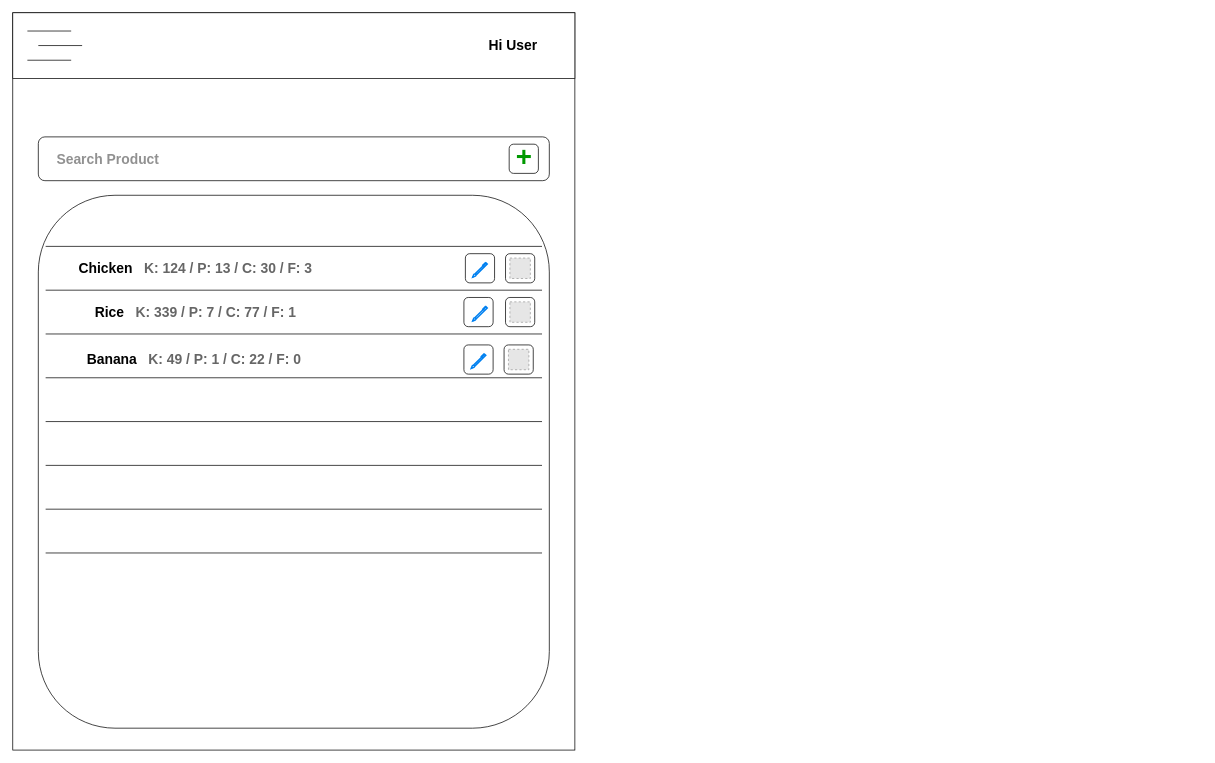
This is page "Products Page" (3 of 4) of CaloriesDb.drawio from pieczarkaniesmacznosci/calories-tracker, a draw.io file, before an edit. Source tidied: cells renumbered, new cells numbered last; positions are measured from the earlier drawing's top-left corner, leaving out a move shared by most shapes. Both pictures are drawn from the tidied source at 73%, with x=0, y=0 at pixel (12, 12). Pictures stored in the file or linked from it are replaced by grey dashed boxes.
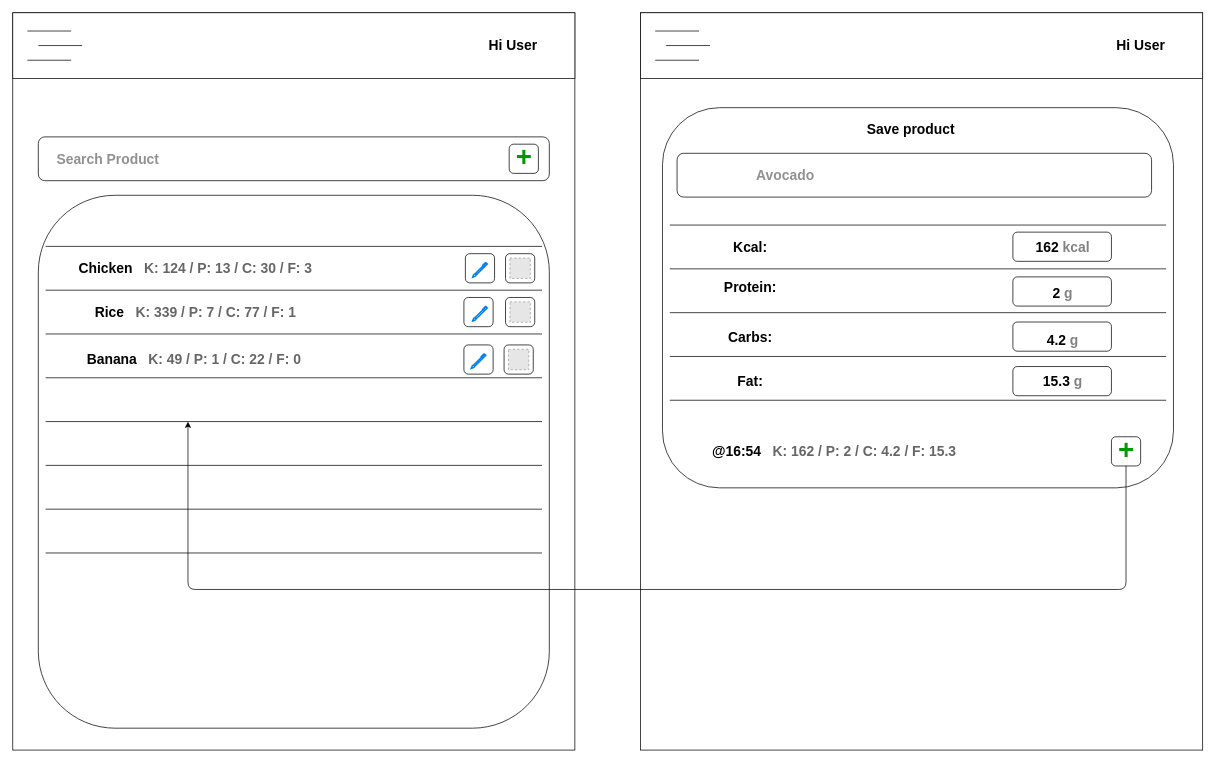
After the change.

Commit message:
Products view update

Diff of the diagram source:
```diff
@@
+    <mxCell id="36" style="rounded=0;whiteSpace=wrap;html=1;" parent="1" vertex="1">
+      <mxGeometry x="860" width="770" height="1010" as="geometry" />
+    </mxCell>
+    <mxCell id="37" style="rounded=1;whiteSpace=wrap;html=1;fillColor=none;" parent="1" vertex="1">
+      <mxGeometry x="890" y="130" width="700" height="520.8" as="geometry" />
+    </mxCell>
+    <mxCell id="38" style="rounded=0;whiteSpace=wrap;html=1;" parent="1" vertex="1">
+      <mxGeometry x="860" width="770" height="90" as="geometry" />
+    </mxCell>
+    <mxCell id="39" style="endArrow=none;html=1;" parent="1" edge="1">
+      <mxGeometry relative="1" as="geometry">
+        <mxPoint x="940" y="25" as="sourcePoint" />
+        <mxPoint x="880" y="25" as="targetPoint" />
+      </mxGeometry>
+    </mxCell>
+    <mxCell id="40" style="endArrow=none;html=1;" parent="1" edge="1">
+      <mxGeometry relative="1" as="geometry">
+        <mxPoint x="955" y="44.9" as="sourcePoint" />
+        <mxPoint x="895" y="44.9" as="targetPoint" />
+      </mxGeometry>
+    </mxCell>
+    <mxCell id="41" style="endArrow=none;html=1;" parent="1" edge="1">
+      <mxGeometry relative="1" as="geometry">
+        <mxPoint x="940" y="65" as="sourcePoint" />
+        <mxPoint x="880" y="65" as="targetPoint" />
+      </mxGeometry>
+    </mxCell>
+    <mxCell id="42" value="&lt;p style=&quot;line-height: 70% ; font-size: 19px&quot;&gt;Hi User&lt;/p&gt;" style="text;strokeColor=none;fillColor=none;html=1;fontSize=24;fontStyle=1;verticalAlign=middle;align=center;" parent="1" vertex="1">
+      <mxGeometry x="1495" y="25" width="100" height="40" as="geometry" />
+    </mxCell>
+    <mxCell id="43" value="&lt;p style=&quot;line-height: 70% ; font-size: 19px&quot;&gt;Kcal:&lt;/p&gt;" style="text;strokeColor=none;fillColor=none;html=1;fontSize=24;fontStyle=1;verticalAlign=middle;align=center;" parent="1" vertex="1">
+      <mxGeometry x="915" y="300.8" width="190" height="40" as="geometry" />
+    </mxCell>
+    <mxCell id="44" style="endArrow=none;html=1;" parent="1" edge="1">
+      <mxGeometry relative="1" as="geometry">
+        <mxPoint x="1580" y="290.8" as="sourcePoint" />
+        <mxPoint x="900" y="290.8" as="targetPoint" />
+      </mxGeometry>
+    </mxCell>
+    <mxCell id="45" style="endArrow=none;html=1;" parent="1" edge="1">
+      <mxGeometry relative="1" as="geometry">
+        <mxPoint x="1580" y="350.8" as="sourcePoint" />
+        <mxPoint x="900" y="350.8" as="targetPoint" />
+      </mxGeometry>
+    </mxCell>
+    <mxCell id="46" style="endArrow=none;html=1;" parent="1" edge="1">
+      <mxGeometry relative="1" as="geometry">
+        <mxPoint x="1580" y="410.8" as="sourcePoint" />
+        <mxPoint x="900" y="410.8" as="targetPoint" />
+      </mxGeometry>
+    </mxCell>
+    <mxCell id="47" style="endArrow=none;html=1;" parent="1" edge="1">
+      <mxGeometry relative="1" as="geometry">
+        <mxPoint x="1580" y="470.8" as="sourcePoint" />
+        <mxPoint x="900" y="470.8" as="targetPoint" />
+      </mxGeometry>
+    </mxCell>
+    <mxCell id="48" style="endArrow=none;html=1;" parent="1" edge="1">
+      <mxGeometry relative="1" as="geometry">
+        <mxPoint x="1580" y="530.8" as="sourcePoint" />
+        <mxPoint x="900" y="530.8" as="targetPoint" />
+      </mxGeometry>
+    </mxCell>
+    <mxCell id="49" style="edgeStyle=orthogonalEdgeStyle;rounded=0;orthogonalLoop=1;jettySize=auto;html=1;exitX=0.5;exitY=1;exitDx=0;exitDy=0;" parent="1" edge="1" source="37" target="37">
+      <mxGeometry relative="1" as="geometry" />
+    </mxCell>
+    <mxCell id="50" style="edgeStyle=orthogonalEdgeStyle;rounded=0;orthogonalLoop=1;jettySize=auto;html=1;exitX=0.5;exitY=1;exitDx=0;exitDy=0;" parent="1" edge="1" source="37" target="37">
+      <mxGeometry relative="1" as="geometry" />
+    </mxCell>
+    <mxCell id="51" value="&lt;p style=&quot;line-height: 70% ; font-size: 19px&quot;&gt;@16:54&lt;font color=&quot;#666666&quot;&gt;&amp;nbsp; &amp;nbsp;K: 162 / P: 2 / C: 4.2 / F: 15.3&lt;/font&gt;&lt;/p&gt;" style="text;strokeColor=none;fillColor=none;html=1;fontSize=24;fontStyle=1;verticalAlign=middle;align=center;" parent="1" vertex="1">
+      <mxGeometry x="915" y="580.8" width="420" height="40" as="geometry" />
+    </mxCell>
+    <mxCell id="52" style="rounded=1;whiteSpace=wrap;html=1;fillColor=none;" parent="1" vertex="1">
+      <mxGeometry x="1505" y="580.8" width="40" height="40" as="geometry" />
+    </mxCell>
+    <mxCell id="53" value="&lt;p style=&quot;line-height: 70%&quot;&gt;&lt;font color=&quot;#009900&quot; style=&quot;font-size: 38px&quot;&gt;+&lt;/font&gt;&lt;/p&gt;" style="text;strokeColor=none;html=1;fontSize=24;fontStyle=1;verticalAlign=middle;align=center;fillColor=#ffffff;" parent="1" vertex="1">
+      <mxGeometry x="1510" y="593.3" width="30" height="15" as="geometry" />
+    </mxCell>
+    <mxCell id="54" style="rounded=1;whiteSpace=wrap;html=1;fillColor=none;" parent="1" vertex="1">
+      <mxGeometry x="910" y="192.5" width="650" height="60" as="geometry" />
+    </mxCell>
+    <mxCell id="55" value="&lt;p style=&quot;line-height: 70% ; font-size: 19px&quot;&gt;&lt;font color=&quot;#919191&quot;&gt;Avocado&lt;/font&gt;&lt;/p&gt;" style="text;strokeColor=none;fillColor=none;html=1;fontSize=24;fontStyle=1;verticalAlign=middle;align=center;" parent="1" vertex="1">
+      <mxGeometry x="955" y="202.5" width="205" height="40" as="geometry" />
+    </mxCell>
+    <mxCell id="56" value="&lt;p style=&quot;line-height: 70% ; font-size: 19px&quot;&gt;Save product&lt;/p&gt;" style="text;strokeColor=none;fillColor=none;html=1;fontSize=24;fontStyle=1;verticalAlign=middle;align=center;" parent="1" vertex="1">
+      <mxGeometry x="1180" y="140" width="100" height="40" as="geometry" />
+    </mxCell>
+    <mxCell id="57" value="&lt;p style=&quot;line-height: 70% ; font-size: 19px&quot;&gt;Protein:&lt;/p&gt;" style="text;strokeColor=none;fillColor=none;html=1;fontSize=24;fontStyle=1;verticalAlign=middle;align=center;" parent="1" vertex="1">
+      <mxGeometry x="915" y="356" width="190" height="40" as="geometry" />
+    </mxCell>
+    <mxCell id="58" value="&lt;p style=&quot;line-height: 70% ; font-size: 19px&quot;&gt;Carbs:&lt;/p&gt;" style="text;strokeColor=none;fillColor=none;html=1;fontSize=24;fontStyle=1;verticalAlign=middle;align=center;" parent="1" vertex="1">
+      <mxGeometry x="915" y="424" width="190" height="40" as="geometry" />
+    </mxCell>
+    <mxCell id="59" value="&lt;p style=&quot;line-height: 70% ; font-size: 19px&quot;&gt;Fat:&lt;/p&gt;" style="text;strokeColor=none;fillColor=none;html=1;fontSize=24;fontStyle=1;verticalAlign=middle;align=center;" parent="1" vertex="1">
+      <mxGeometry x="915" y="485" width="190" height="40" as="geometry" />
+    </mxCell>
+    <mxCell id="60" style="rounded=1;whiteSpace=wrap;html=1;" parent="1" vertex="1">
+      <mxGeometry x="1370" y="361.8" width="135" height="40" as="geometry" />
+    </mxCell>
+    <mxCell id="61" value="&lt;p style=&quot;line-height: 70% ; font-size: 19px&quot;&gt;&lt;br&gt;&lt;/p&gt;" style="text;strokeColor=none;fillColor=none;html=1;fontSize=24;fontStyle=1;verticalAlign=middle;align=center;" parent="1" vertex="1">
+      <mxGeometry x="1412.5" y="362.5" width="50" height="40" as="geometry" />
+    </mxCell>
+    <mxCell id="62" style="rounded=1;whiteSpace=wrap;html=1;" parent="1" vertex="1">
+      <mxGeometry x="1370" y="423.6" width="135" height="40" as="geometry" />
+    </mxCell>
+    <mxCell id="63" value="&lt;p style=&quot;line-height: 70% ; font-size: 19px&quot;&gt;&lt;br&gt;&lt;/p&gt;" style="text;strokeColor=none;fillColor=none;html=1;fontSize=24;fontStyle=1;verticalAlign=middle;align=center;" parent="1" vertex="1">
+      <mxGeometry x="1412.5" y="424.4" width="50" height="40" as="geometry" />
+    </mxCell>
+    <mxCell id="64" style="rounded=1;whiteSpace=wrap;html=1;" parent="1" vertex="1">
+      <mxGeometry x="1370" y="484.6" width="135" height="40" as="geometry" />
+    </mxCell>
+    <mxCell id="65" value="&lt;p style=&quot;line-height: 70% ; font-size: 19px&quot;&gt;&lt;br&gt;&lt;/p&gt;" style="text;strokeColor=none;fillColor=none;html=1;fontSize=24;fontStyle=1;verticalAlign=middle;align=center;" parent="1" vertex="1">
+      <mxGeometry x="1412.5" y="485.4" width="50" height="40" as="geometry" />
+    </mxCell>
+    <mxCell id="66" style="rounded=1;whiteSpace=wrap;html=1;" parent="1" vertex="1">
+      <mxGeometry x="1370" y="300.5" width="135" height="40" as="geometry" />
+    </mxCell>
+    <mxCell id="67" value="&lt;p style=&quot;line-height: 70% ; font-size: 19px&quot;&gt;162 &lt;font color=&quot;#828282&quot;&gt;kcal&lt;/font&gt;&lt;/p&gt;" style="text;strokeColor=none;fillColor=none;html=1;fontSize=24;fontStyle=1;verticalAlign=middle;align=center;" parent="1" vertex="1">
+      <mxGeometry x="1412.5" y="301.2" width="50" height="40" as="geometry" />
+    </mxCell>
+    <mxCell id="68" value="&lt;p style=&quot;line-height: 70% ; font-size: 19px&quot;&gt;2&amp;nbsp;&lt;font color=&quot;#828282&quot;&gt;g&lt;/font&gt;&lt;/p&gt;" style="text;strokeColor=none;fillColor=none;html=1;fontSize=24;fontStyle=1;verticalAlign=middle;align=center;" parent="1" vertex="1">
+      <mxGeometry x="1412.5" y="364" width="50" height="40" as="geometry" />
+    </mxCell>
+    <mxCell id="69" value="&lt;p style=&quot;line-height: 70% ; font-size: 19px&quot;&gt;4.2&amp;nbsp;&lt;font color=&quot;#828282&quot;&gt;g&lt;/font&gt;&lt;/p&gt;" style="text;strokeColor=none;fillColor=none;html=1;fontSize=24;fontStyle=1;verticalAlign=middle;align=center;" parent="1" vertex="1">
+      <mxGeometry x="1412.5" y="427.5" width="50" height="40" as="geometry" />
+    </mxCell>
+    <mxCell id="70" value="&lt;p style=&quot;line-height: 70% ; font-size: 19px&quot;&gt;15.3&amp;nbsp;&lt;font color=&quot;#828282&quot;&gt;g&lt;/font&gt;&lt;/p&gt;" style="text;strokeColor=none;fillColor=none;html=1;fontSize=24;fontStyle=1;verticalAlign=middle;align=center;" parent="1" vertex="1">
+      <mxGeometry x="1412.5" y="484.6" width="50" height="40" as="geometry" />
+    </mxCell>
+    <mxCell id="71" style="edgeStyle=elbowEdgeStyle;elbow=vertical;endArrow=classic;html=1;exitX=0.5;exitY=1;exitDx=0;exitDy=0;" parent="1" edge="1" source="52">
+      <mxGeometry relative="1" as="geometry">
+        <mxPoint x="240" y="560" as="targetPoint" />
+        <Array as="points">
+          <mxPoint x="1050" y="790" />
+        </Array>
+      </mxGeometry>
+    </mxCell>
```
